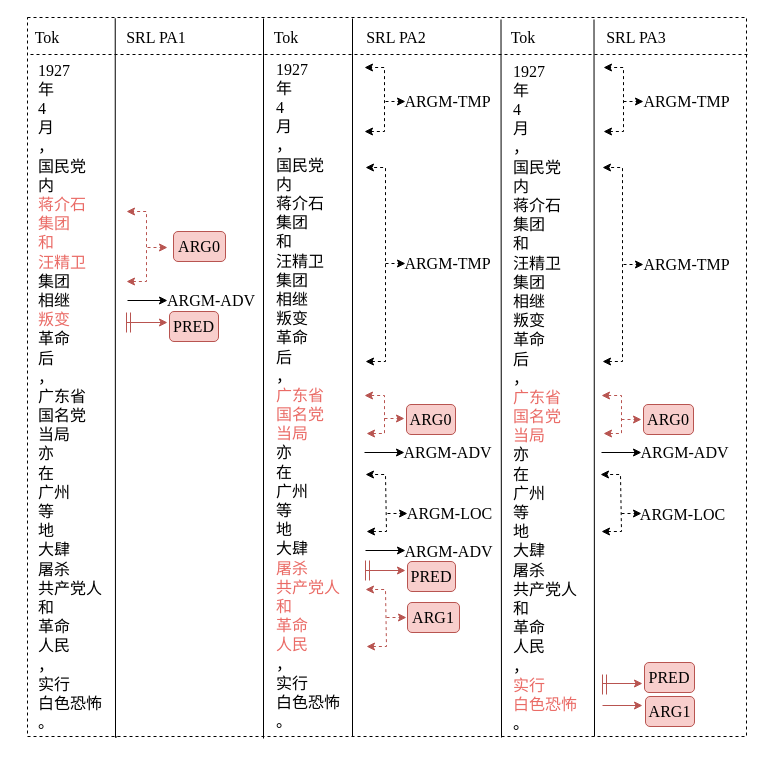
junchaoIU/Diagrams_library keeps this draw.io diagram as srl.drawio. Above is the earlier version. Source tidied: cells renumbered, new cells numbered last; positions are measured from the earlier drawing's top-left corner, leaving out a move shared by most shapes. Both pictures are drawn from the tidied source at 100%, with x=0, y=0 at pixel (17, 17).
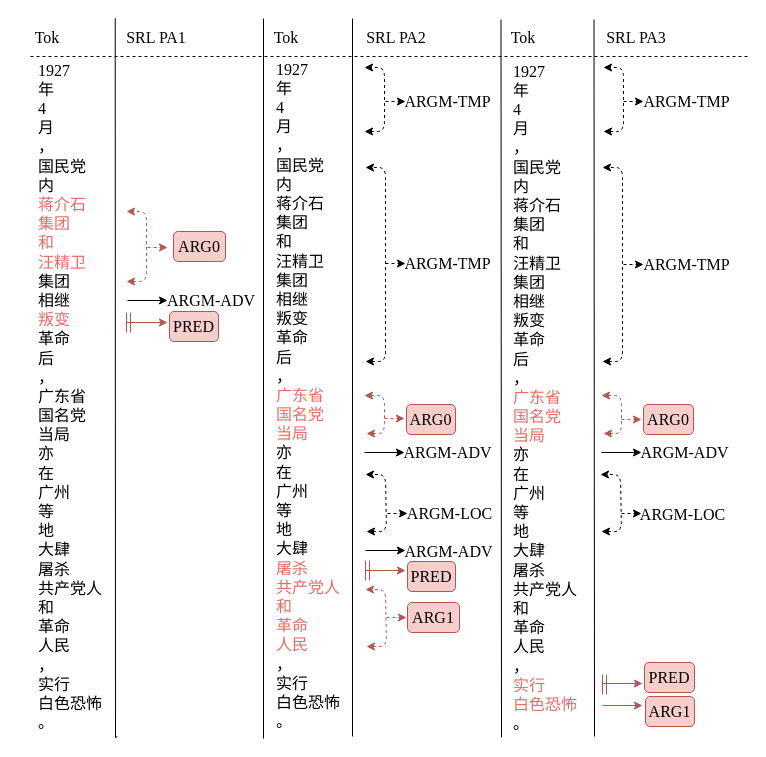
Above is the later version.

What changed in the source:
```diff
@@
-    <mxCell id="2" style="whiteSpace=wrap;html=1;dashed=1;rounded=0;" parent="1" vertex="1">
+    <mxCell id="2" style="whiteSpace=wrap;html=1;dashed=1;rounded=0;strokeColor=none;" parent="1" vertex="1">
       <mxGeometry x="10" width="719" height="719" as="geometry" />
     </mxCell>
     <mxCell id="3" style="endArrow=none;html=1;rounded=0;edgeStyle=orthogonalEdgeStyle;dashed=1;" parent="1" edge="1">
       <mxGeometry relative="1" as="geometry">
-        <mxPoint x="730" y="37" as="sourcePoint" />
-        <mxPoint x="10" y="37" as="targetPoint" />
+        <mxPoint x="730" y="39" as="sourcePoint" />
+        <mxPoint x="10" y="39" as="targetPoint" />
       </mxGeometry>
     </mxCell>
@@
-    <mxCell id="10" style="endArrow=classic;startArrow=classic;html=1;rounded=0;dashed=1;fontFamily=Times New Roman;fontSize=16;fillColor=#f8cecc;strokeColor=#b85450;" parent="1" edge="1">
+    <mxCell id="10" style="endArrow=classic;startArrow=classic;html=1;rounded=1;dashed=1;fontFamily=Times New Roman;fontSize=16;fillColor=#f8cecc;strokeColor=#b85450;" parent="1" edge="1">
       <mxGeometry relative="1" as="geometry">
         <mxPoint x="109" y="264" as="sourcePoint" />
         <mxPoint x="109" y="194" as="targetPoint" />
         <Array as="points">
           <mxPoint x="129" y="264" />
           <mxPoint x="129" y="194" />
         </Array>
       </mxGeometry>
     </mxCell>
@@
-    <mxCell id="22" style="endArrow=classic;startArrow=classic;html=1;rounded=0;dashed=1;fontFamily=Times New Roman;fontSize=16;" parent="1" edge="1">
+    <mxCell id="22" style="endArrow=classic;startArrow=classic;html=1;rounded=1;dashed=1;fontFamily=Times New Roman;fontSize=16;" parent="1" edge="1">
       <mxGeometry relative="1" as="geometry">
         <mxPoint x="347" y="114" as="sourcePoint" />
         <mxPoint x="347" y="50" as="targetPoint" />
         <Array as="points">
           <mxPoint x="367" y="114" />
           <mxPoint x="367" y="50" />
         </Array>
       </mxGeometry>
     </mxCell>
@@
-    <mxCell id="25" style="endArrow=classic;startArrow=classic;html=1;rounded=0;dashed=1;fontFamily=Times New Roman;fontSize=16;" parent="1" edge="1">
+    <mxCell id="25" style="endArrow=classic;startArrow=classic;html=1;rounded=1;dashed=1;fontFamily=Times New Roman;fontSize=16;" parent="1" edge="1">
       <mxGeometry relative="1" as="geometry">
         <mxPoint x="348" y="344" as="sourcePoint" />
         <mxPoint x="348" y="150" as="targetPoint" />
         <Array as="points">
           <mxPoint x="368" y="344" />
           <mxPoint x="368" y="150" />
         </Array>
       </mxGeometry>
     </mxCell>
@@
-    <mxCell id="28" style="endArrow=classic;startArrow=classic;html=1;rounded=0;dashed=1;fontFamily=Times New Roman;fontSize=16;fillColor=#f8cecc;strokeColor=#b85450;" parent="1" edge="1">
+    <mxCell id="28" style="endArrow=classic;startArrow=classic;html=1;rounded=1;dashed=1;fontFamily=Times New Roman;fontSize=16;fillColor=#f8cecc;strokeColor=#b85450;" parent="1" edge="1">
       <mxGeometry relative="1" as="geometry">
         <mxPoint x="349" y="416" as="sourcePoint" />
         <mxPoint x="347" y="378" as="targetPoint" />
         <Array as="points">
           <mxPoint x="367" y="416" />
           <mxPoint x="367" y="378" />
         </Array>
       </mxGeometry>
     </mxCell>
@@
-    <mxCell id="33" style="endArrow=classic;startArrow=classic;html=1;rounded=0;dashed=1;fontFamily=Times New Roman;fontSize=16;" parent="1" edge="1">
+    <mxCell id="33" style="endArrow=classic;startArrow=classic;html=1;rounded=1;dashed=1;fontFamily=Times New Roman;fontSize=16;" parent="1" edge="1">
       <mxGeometry relative="1" as="geometry">
         <mxPoint x="349" y="514" as="sourcePoint" />
         <mxPoint x="348" y="457" as="targetPoint" />
         <Array as="points">
           <mxPoint x="369" y="514" />
           <mxPoint x="368" y="457" />
         </Array>
       </mxGeometry>
     </mxCell>
@@
-    <mxCell id="41" style="endArrow=classic;startArrow=classic;html=1;rounded=0;dashed=1;fontFamily=Times New Roman;fontSize=16;fillColor=#f8cecc;strokeColor=#b85450;" parent="1" edge="1">
+    <mxCell id="41" style="endArrow=classic;startArrow=classic;html=1;rounded=1;dashed=1;fontFamily=Times New Roman;fontSize=16;fillColor=#f8cecc;strokeColor=#b85450;" parent="1" edge="1">
       <mxGeometry relative="1" as="geometry">
         <mxPoint x="349" y="629" as="sourcePoint" />
         <mxPoint x="348" y="572" as="targetPoint" />
         <Array as="points">
           <mxPoint x="369" y="629" />
           <mxPoint x="368" y="572" />
         </Array>
       </mxGeometry>
     </mxCell>
@@
-    <mxCell id="48" style="endArrow=classic;startArrow=classic;html=1;rounded=0;dashed=1;fontFamily=Times New Roman;fontSize=16;" parent="1" edge="1">
+    <mxCell id="48" style="endArrow=classic;startArrow=classic;html=1;rounded=1;dashed=1;fontFamily=Times New Roman;fontSize=16;" parent="1" edge="1">
       <mxGeometry relative="1" as="geometry">
         <mxPoint x="586" y="114" as="sourcePoint" />
         <mxPoint x="586" y="50" as="targetPoint" />
         <Array as="points">
           <mxPoint x="606" y="114" />
           <mxPoint x="606" y="50" />
         </Array>
       </mxGeometry>
     </mxCell>
@@
-    <mxCell id="51" style="endArrow=classic;startArrow=classic;html=1;rounded=0;dashed=1;fontFamily=Times New Roman;fontSize=16;" parent="1" edge="1">
+    <mxCell id="51" style="endArrow=classic;startArrow=classic;html=1;rounded=1;dashed=1;fontFamily=Times New Roman;fontSize=16;" parent="1" edge="1">
       <mxGeometry relative="1" as="geometry">
         <mxPoint x="585" y="344" as="sourcePoint" />
         <mxPoint x="585" y="150" as="targetPoint" />
         <Array as="points">
           <mxPoint x="605" y="344" />
           <mxPoint x="605" y="150" />
         </Array>
       </mxGeometry>
     </mxCell>
@@
-    <mxCell id="54" style="endArrow=classic;startArrow=classic;html=1;rounded=0;dashed=1;fontFamily=Times New Roman;fontSize=16;fillColor=#f8cecc;strokeColor=#b85450;" parent="1" edge="1">
+    <mxCell id="54" style="endArrow=classic;startArrow=classic;html=1;rounded=1;dashed=1;fontFamily=Times New Roman;fontSize=16;fillColor=#f8cecc;strokeColor=#b85450;" parent="1" edge="1">
       <mxGeometry relative="1" as="geometry">
         <mxPoint x="586" y="416" as="sourcePoint" />
         <mxPoint x="584" y="378" as="targetPoint" />
         <Array as="points">
           <mxPoint x="604" y="416" />
           <mxPoint x="604" y="378" />
         </Array>
       </mxGeometry>
     </mxCell>
@@
-    <mxCell id="59" style="endArrow=classic;startArrow=classic;html=1;rounded=0;dashed=1;fontFamily=Times New Roman;fontSize=16;" parent="1" edge="1">
+    <mxCell id="59" style="endArrow=classic;startArrow=classic;html=1;rounded=1;dashed=1;fontFamily=Times New Roman;fontSize=16;" parent="1" edge="1">
       <mxGeometry relative="1" as="geometry">
         <mxPoint x="584" y="514" as="sourcePoint" />
         <mxPoint x="583" y="457" as="targetPoint" />
         <Array as="points">
           <mxPoint x="604" y="514" />
           <mxPoint x="603" y="457" />
         </Array>
       </mxGeometry>
     </mxCell>
```
